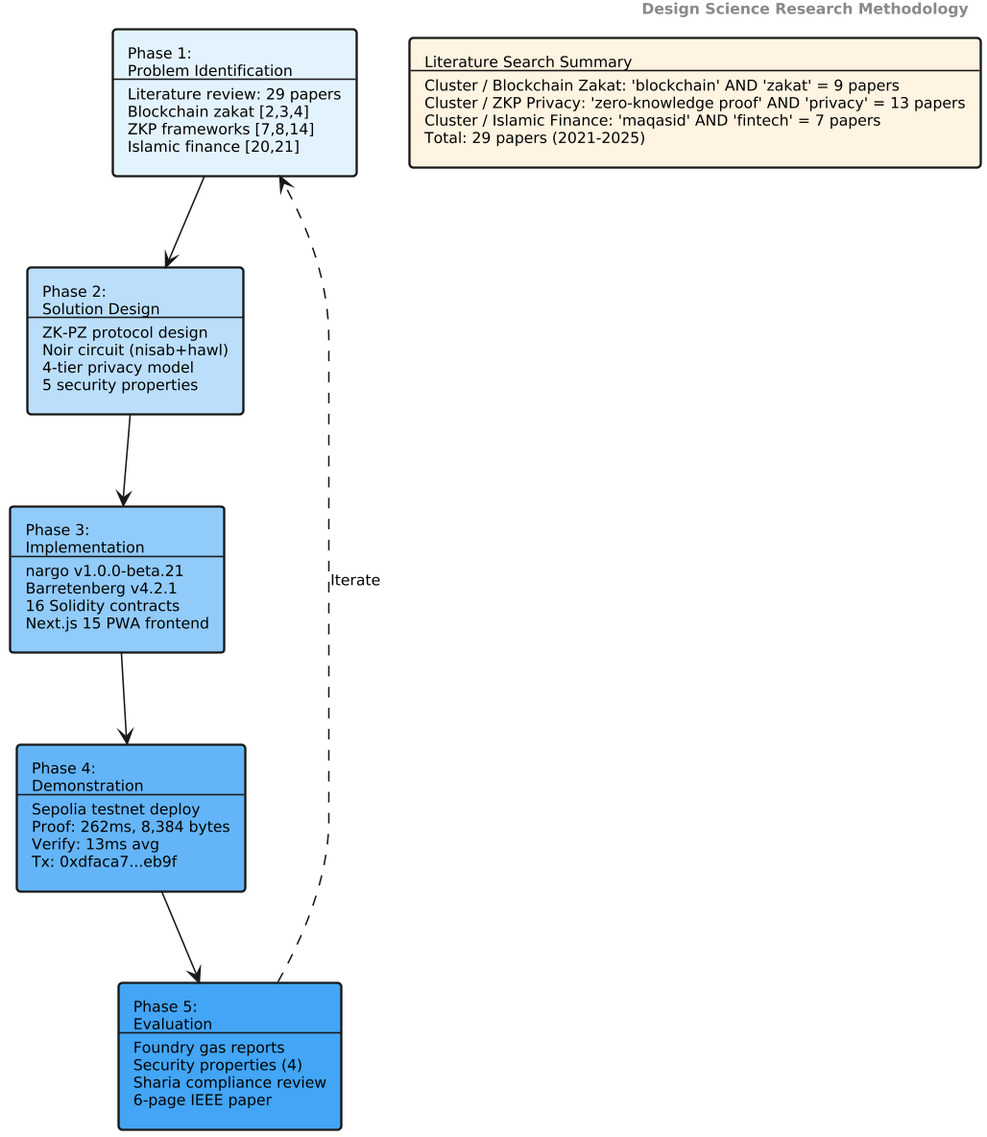
Before: docs/diagrams/research_methodology.png, a diagram exported from PlantUML (tawf-labs/zkt-research).
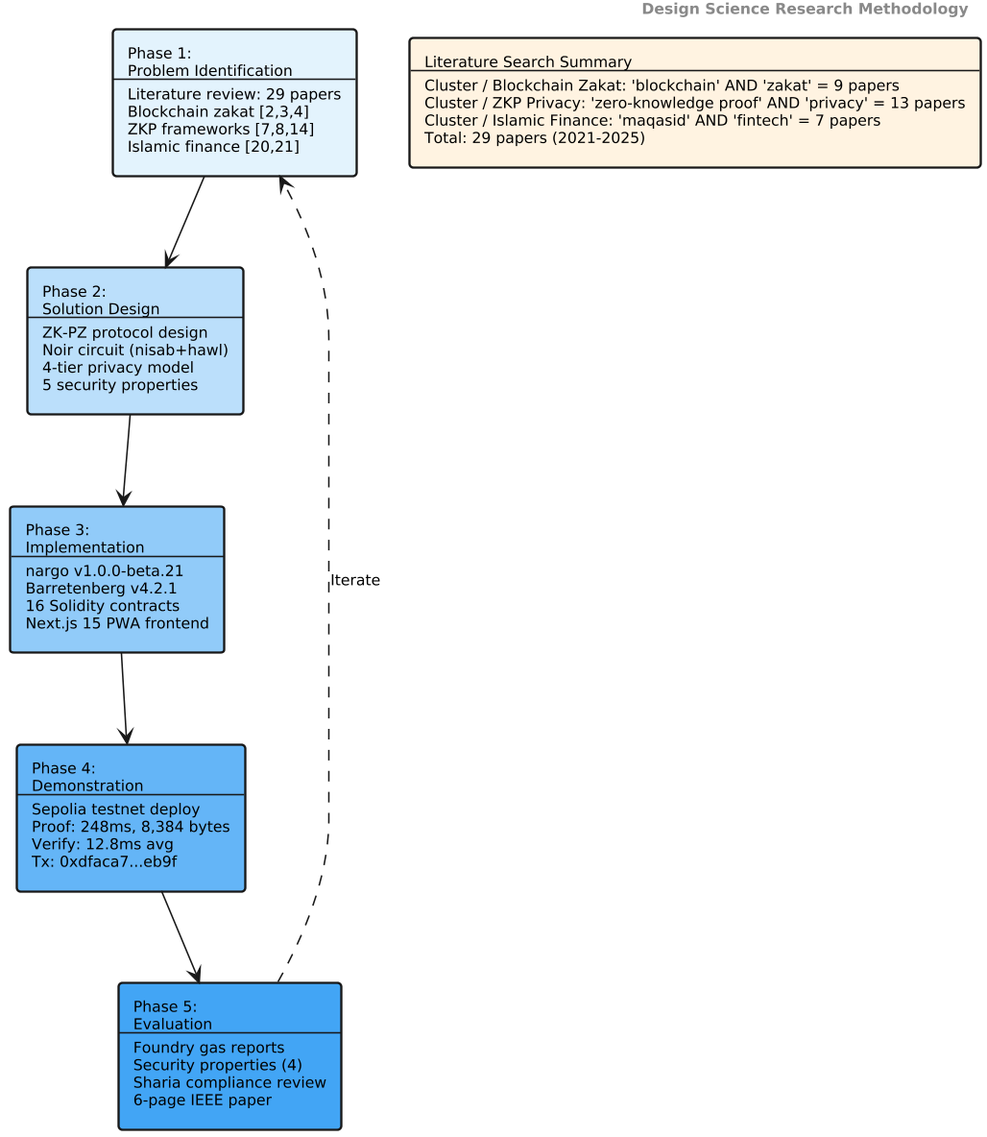
After the commit.

Change to the diagram source:
```diff
@@ -11,7 +11,7 @@
 rectangle "Phase 1:\nProblem Identification\n--\nLiterature review: 29 papers\nBlockchain zakat [2,3,4]\nZKP frameworks [7,8,14]\nIslamic finance [20,21]" as P1 #E3F2FD
 rectangle "Phase 2:\nSolution Design\n--\nZK-PZ protocol design\nNoir circuit (nisab+hawl)\n4-tier privacy model\n5 security properties" as P2 #BBDEFB
 rectangle "Phase 3:\nImplementation\n--\nnargo v1.0.0-beta.21\nBarretenberg v4.2.1\n16 Solidity contracts\nNext.js 15 PWA frontend" as P3 #90CAF9
-rectangle "Phase 4:\nDemonstration\n--\nSepolia testnet deploy\nProof: 262ms, 8,384 bytes\nVerify: 13ms avg\nTx: 0xdfaca7...eb9f" as P4 #64B5F6
+rectangle "Phase 4:\nDemonstration\n--\nSepolia testnet deploy\nProof: 248ms, 8,384 bytes\nVerify: 12.8ms avg\nTx: 0xdfaca7...eb9f" as P4 #64B5F6
 rectangle "Phase 5:\nEvaluation\n--\nFoundry gas reports\nSecurity properties (4)\nSharia compliance review\n6-page IEEE paper" as P5 #42A5F5
 
 P1 --> P2
```
